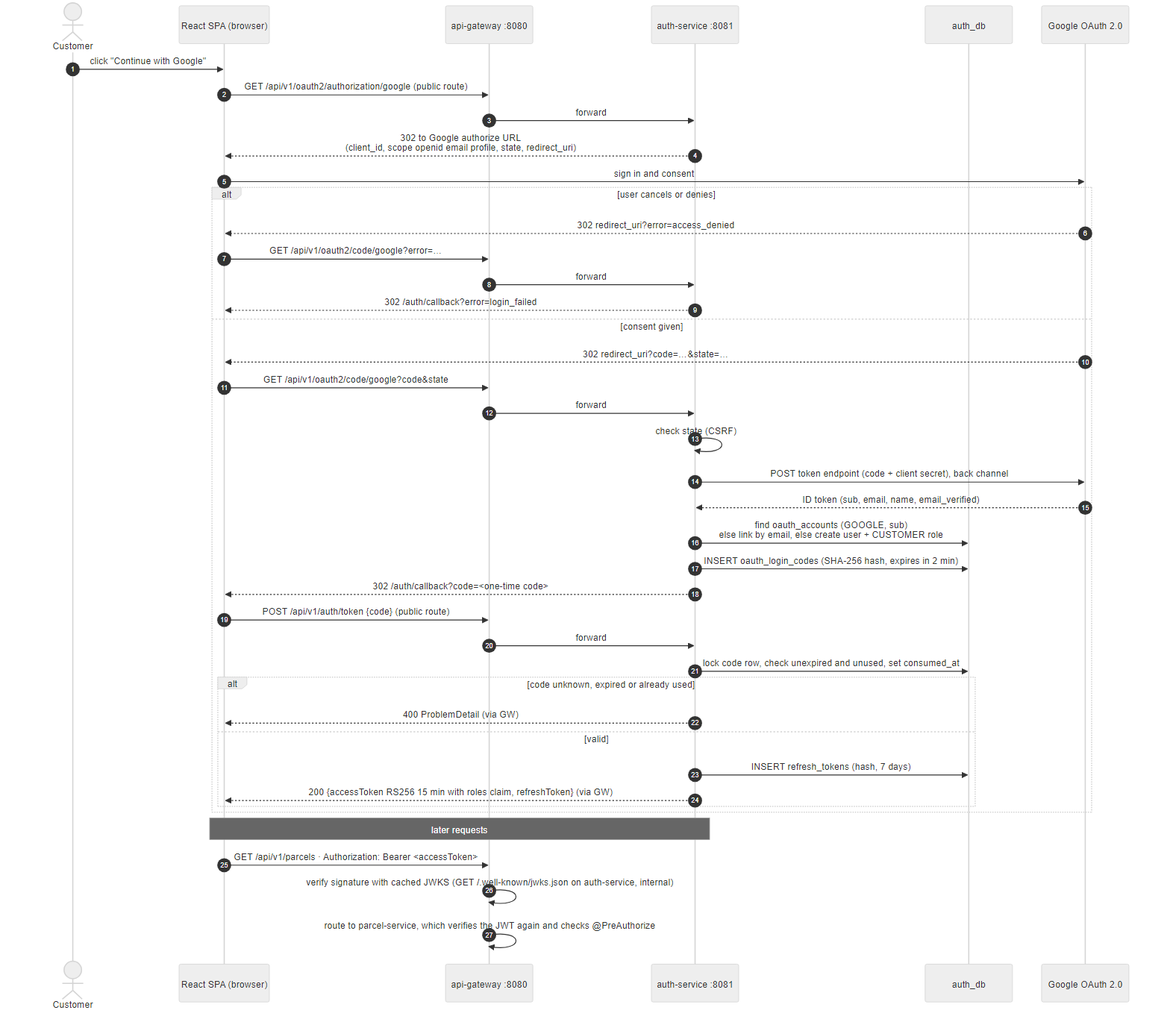
Earlier version of the Mermaid export docs/diagrams/sequence/seq-oauth2-google-login.png (Sachintha-dilshan49/SwiftDrop). Its source is kept beside it as docs/diagrams/sequence/seq-oauth2-google-login.mmd.
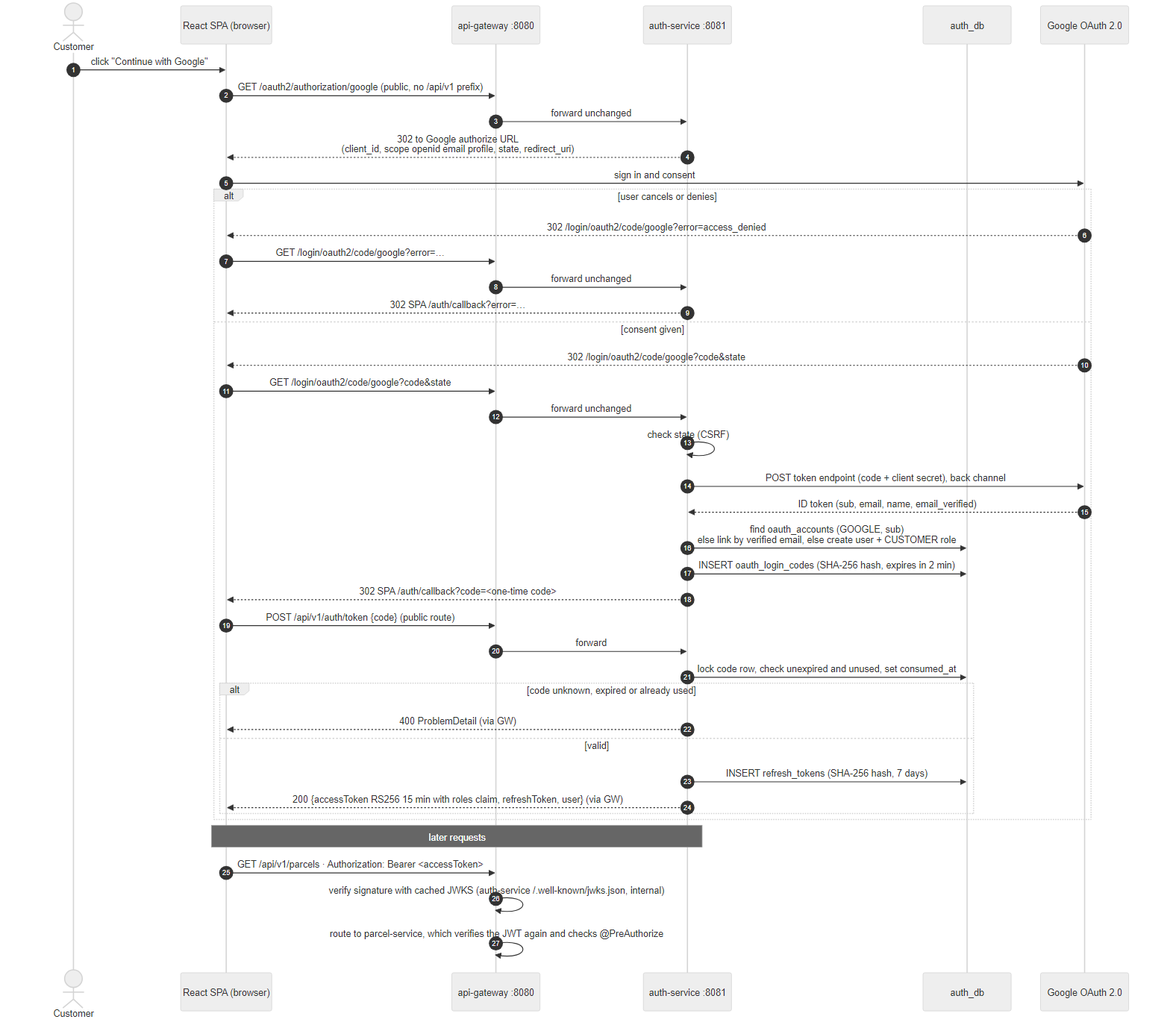
Above is the later version.

What changed in the source:
```diff
@@ -8,37 +8,37 @@
     participant G as Google OAuth 2.0
 
     User->>SPA: click "Continue with Google"
-    SPA->>GW: GET /api/v1/oauth2/authorization/google (public route)
-    GW->>AUTH: forward
+    SPA->>GW: GET /oauth2/authorization/google (public, no /api/v1 prefix)
+    GW->>AUTH: forward unchanged
     AUTH-->>SPA: 302 to Google authorize URL<br/>(client_id, scope openid email profile, state, redirect_uri)
     SPA->>G: sign in and consent
     alt user cancels or denies
-        G-->>SPA: 302 redirect_uri?error=access_denied
-        SPA->>GW: GET /api/v1/oauth2/code/google?error=…
-        GW->>AUTH: forward
-        AUTH-->>SPA: 302 /auth/callback?error=login_failed
+        G-->>SPA: 302 /login/oauth2/code/google?error=access_denied
+        SPA->>GW: GET /login/oauth2/code/google?error=…
+        GW->>AUTH: forward unchanged
+        AUTH-->>SPA: 302 SPA /auth/callback?error=…
     else consent given
-        G-->>SPA: 302 redirect_uri?code=…&state=…
-        SPA->>GW: GET /api/v1/oauth2/code/google?code&state
-        GW->>AUTH: forward
+        G-->>SPA: 302 /login/oauth2/code/google?code&state
+        SPA->>GW: GET /login/oauth2/code/google?code&state
+        GW->>AUTH: forward unchanged
         AUTH->>AUTH: check state (CSRF)
         AUTH->>G: POST token endpoint (code + client secret), back channel
         G-->>AUTH: ID token (sub, email, name, email_verified)
-        AUTH->>DB: find oauth_accounts (GOOGLE, sub)<br/>else link by email, else create user + CUSTOMER role
+        AUTH->>DB: find oauth_accounts (GOOGLE, sub)<br/>else link by verified email, else create user + CUSTOMER role
         AUTH->>DB: INSERT oauth_login_codes (SHA-256 hash, expires in 2 min)
-        AUTH-->>SPA: 302 /auth/callback?code=<one-time code>
+        AUTH-->>SPA: 302 SPA /auth/callback?code=<one-time code>
         SPA->>GW: POST /api/v1/auth/token {code} (public route)
         GW->>AUTH: forward
         AUTH->>DB: lock code row, check unexpired and unused, set consumed_at
         alt code unknown, expired or already used
             AUTH-->>SPA: 400 ProblemDetail (via GW)
         else valid
-            AUTH->>DB: INSERT refresh_tokens (hash, 7 days)
-            AUTH-->>SPA: 200 {accessToken RS256 15 min with roles claim, refreshToken} (via GW)
+            AUTH->>DB: INSERT refresh_tokens (SHA-256 hash, 7 days)
+            AUTH-->>SPA: 200 {accessToken RS256 15 min with roles claim, refreshToken, user} (via GW)
         end
     end
 
     Note over SPA,AUTH: later requests
     SPA->>GW: GET /api/v1/parcels · Authorization: Bearer <accessToken>
-    GW->>GW: verify signature with cached JWKS (GET /.well-known/jwks.json on auth-service, internal)
+    GW->>GW: verify signature with cached JWKS (auth-service /.well-known/jwks.json, internal)
     GW->>GW: route to parcel-service, which verifies the JWT again and checks @PreAuthorize
```
